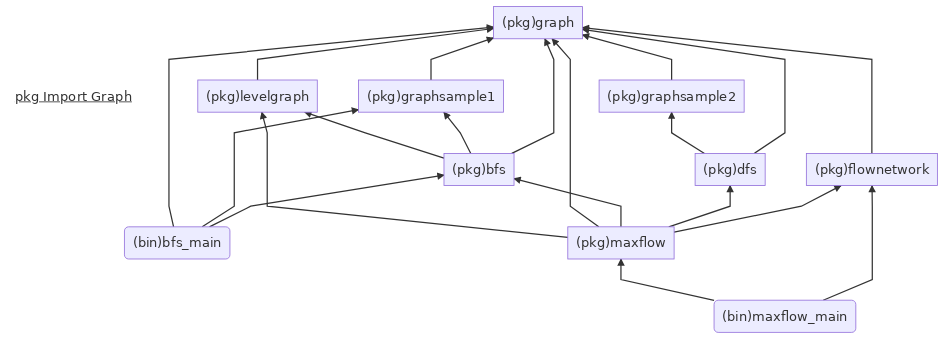
wangyoucao577/algorithms_practice keeps this Mermaid diagram as golang_pkg_import_graph.mmd.png. Above is the earlier version. Its source is kept beside it as golang_pkg_import_graph.mmd.
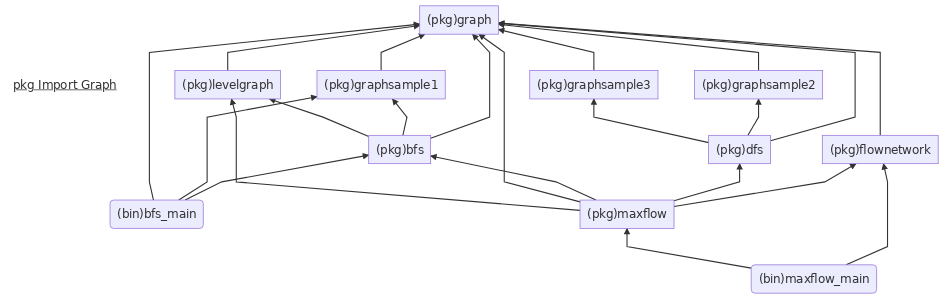
After the change.

Commit message:
update pkg import graph for graph sample3, for dfs/topological sort

Change to the diagram source:
```diff
@@ -9,6 +9,7 @@
 
 pkggraphsample1["(pkg)graphsample1"] --> pkggraph["(pkg)graph"]
 pkggraphsample2["(pkg)graphsample2"] --> pkggraph
+pkggraphsample3["(pkg)graphsample3"] --> pkggraph
 
 pkglevelgraph["(pkg)levelgraph"] --> pkggraph
 
@@ -22,6 +23,7 @@
 
 pkgdfs["(pkg)dfs"] --> pkggraph
 pkgdfs --> pkggraphsample2
+pkgdfs --> pkggraphsample3
 
 pkgflownetwork["(pkg)flownetwork"] --> pkggraph
 
```
